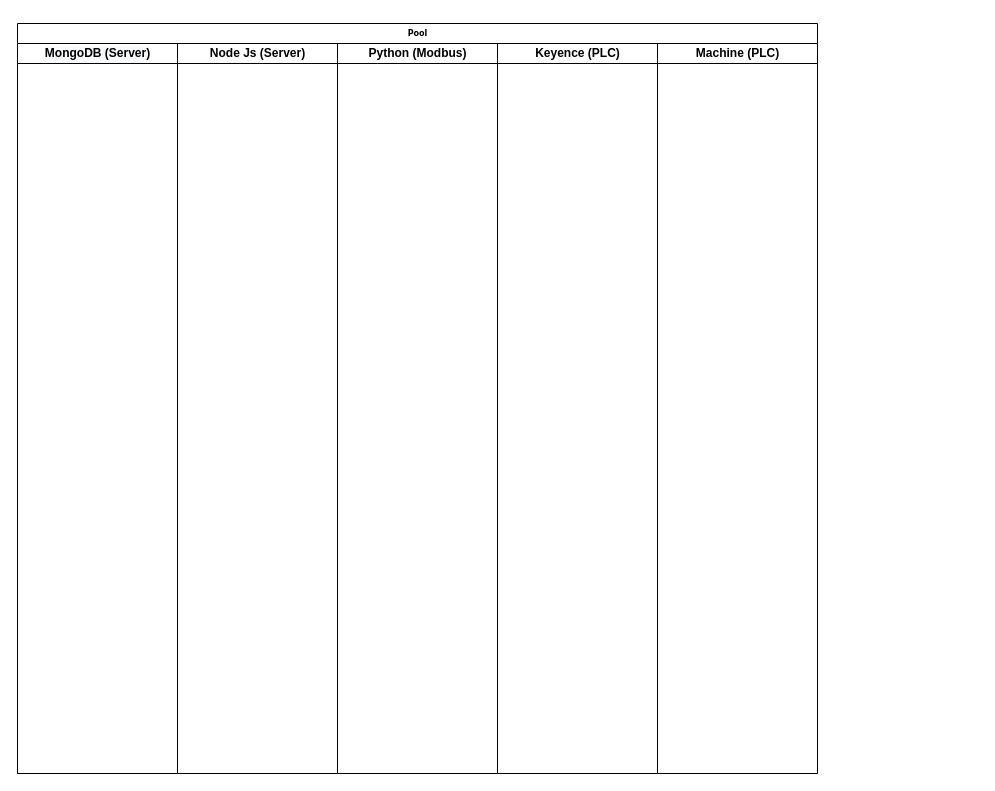
Above: Press Shop IOT.drawio in DavidHidayat/Flowchart (draw.io), before the change. Source tidied: cells renumbered, new cells numbered last; positions are measured from the earlier drawing's top-left corner, leaving out a move shared by most shapes. Both pictures are drawn from the tidied source at 100%, with x=0, y=0 at pixel (17, 23).
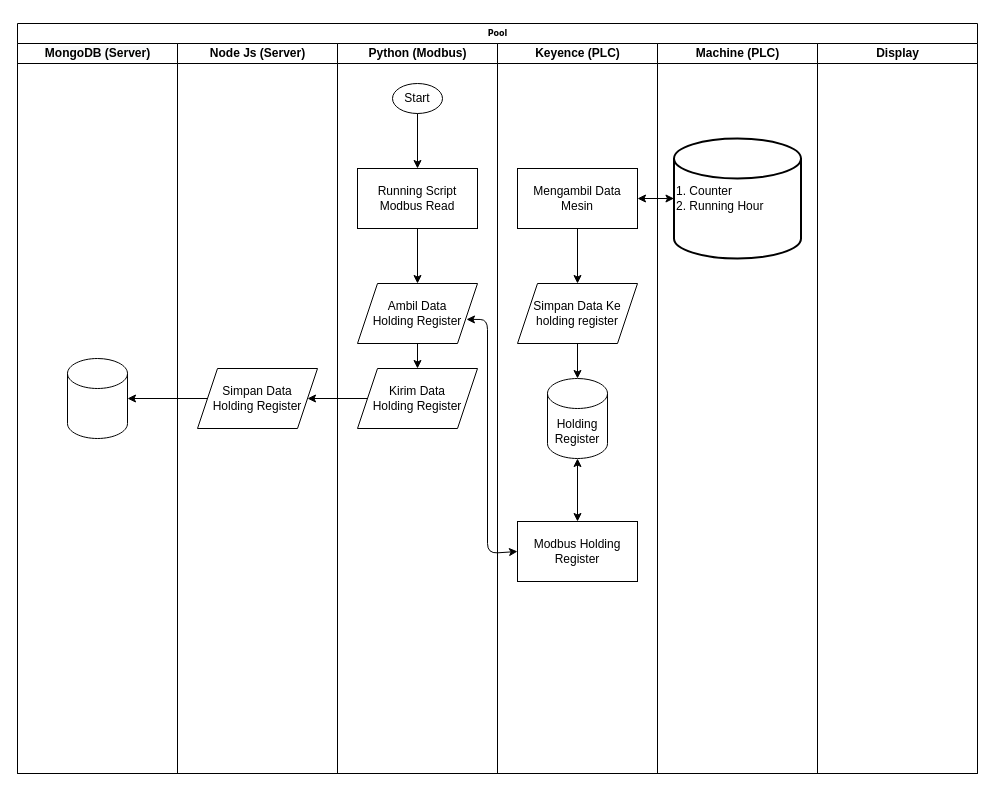
The same diagram, later.

The change refers to these unchanged cells:
```xml
<mxCell id="3" value="&#10;&#10;&lt;span style=&quot;color: rgb(0, 0, 0); font-family: helvetica; font-size: 12px; font-style: normal; font-weight: 700; letter-spacing: normal; text-align: center; text-indent: 0px; text-transform: none; word-spacing: 0px; background-color: rgb(248, 249, 250); display: inline; float: none;&quot;&gt;MongoDB (Server)&lt;/span&gt;&#10;&#10;" style="swimlane;html=1;startSize=20;" parent="2" vertex="1">
  <mxGeometry y="20" width="160" height="730" as="geometry" />
</mxCell>
<mxCell id="4" value="Node Js (Server)" style="swimlane;html=1;startSize=20;" parent="2" vertex="1">
  <mxGeometry x="160" y="20" width="160" height="730" as="geometry" />
</mxCell>
<mxCell id="5" value="Python (Modbus)" style="swimlane;html=1;startSize=20;" parent="2" vertex="1">
  <mxGeometry x="320" y="20" width="160" height="730" as="geometry" />
</mxCell>
<mxCell id="7" value="Machine (PLC)" style="swimlane;html=1;startSize=20;" parent="2" vertex="1">
  <mxGeometry x="640" y="20" width="160" height="730" as="geometry" />
</mxCell>
```

Diff of the diagram source:
```diff
@@
     <mxCell id="2" value="Pool" style="swimlane;html=1;startSize=20;rounded=0;shadow=0;labelBackgroundColor=none;strokeWidth=1;fontFamily=Verdana;fontSize=8;align=center;" parent="1" vertex="1">
-      <mxGeometry width="800" height="750" as="geometry" />
+      <mxGeometry width="960" height="750" as="geometry" />
     </mxCell>
@@
+    <mxCell id="8" style="shape=cylinder3;whiteSpace=wrap;html=1;boundedLbl=1;backgroundOutline=1;size=15;fillColor=#ffffff;align=center;" parent="3" vertex="1">
+      <mxGeometry x="50" y="315" width="60" height="80" as="geometry" />
+    </mxCell>
@@
+    <mxCell id="9" value="Simpan Data &lt;br&gt;Holding Register" style="shape=parallelogram;perimeter=parallelogramPerimeter;whiteSpace=wrap;html=1;fixedSize=1;fillColor=#ffffff;align=center;" parent="4" vertex="1">
+      <mxGeometry x="20" y="325" width="120" height="60" as="geometry" />
+    </mxCell>
@@
+    <mxCell id="10" value="Kirim Data &lt;br&gt;Holding Register" style="shape=parallelogram;perimeter=parallelogramPerimeter;whiteSpace=wrap;html=1;fixedSize=1;fillColor=#ffffff;align=center;" parent="5" vertex="1">
+      <mxGeometry x="20" y="325" width="120" height="60" as="geometry" />
+    </mxCell>
+    <mxCell id="11" value="Start" style="ellipse;whiteSpace=wrap;html=1;" parent="5" vertex="1">
+      <mxGeometry x="55" y="40" width="50" height="30" as="geometry" />
+    </mxCell>
-    <mxCell id="6" value="Keyence (PLC)" style="swimlane;html=1;startSize=20;" parent="2" vertex="1">
+    <mxCell id="6" value="Keyence (PLC)" style="swimlane;html=1;startSize=20;verticalAlign=middle;" parent="2" vertex="1">
       <mxGeometry x="480" y="20" width="160" height="730" as="geometry" />
     </mxCell>
+    <mxCell id="12" style="edgeStyle=orthogonalEdgeStyle;rounded=0;jettySize=auto;html=1;exitX=0.5;exitY=1;exitDx=0;exitDy=0;" parent="6" edge="1" source="13" target="14">
+      <mxGeometry relative="1" as="geometry" />
+    </mxCell>
+    <mxCell id="13" value="Simpan Data Ke holding register" style="shape=parallelogram;perimeter=parallelogramPerimeter;whiteSpace=wrap;html=1;fixedSize=1;fillColor=#ffffff;align=center;" parent="6" vertex="1">
+      <mxGeometry x="20" y="240" width="120" height="60" as="geometry" />
+    </mxCell>
+    <mxCell id="14" value="Holding Register" style="shape=cylinder3;whiteSpace=wrap;html=1;boundedLbl=1;backgroundOutline=1;size=15;fillColor=#ffffff;align=center;" parent="6" vertex="1">
+      <mxGeometry x="50" y="335" width="60" height="80" as="geometry" />
+    </mxCell>
+    <mxCell id="15" value="Modbus Holding Register" style="whiteSpace=wrap;html=1;" parent="6" vertex="1">
+      <mxGeometry x="20" y="478" width="120" height="60" as="geometry" />
+    </mxCell>
+    <mxCell id="16" style="endArrow=classic;startArrow=classic;html=1;exitX=0.5;exitY=0;exitDx=0;exitDy=0;entryX=0.5;entryY=1;entryDx=0;entryDy=0;entryPerimeter=0;" parent="6" edge="1" source="15" target="14">
+      <mxGeometry relative="1" as="geometry" />
+    </mxCell>
@@
+    <mxCell id="17" value="1. Counter&lt;br&gt;2. Running Hour" style="strokeWidth=2;html=1;shape=mxgraph.flowchart.database;whiteSpace=wrap;fillColor=#ffffff;align=left;" parent="7" vertex="1">
+      <mxGeometry x="16.5" y="95" width="127" height="120" as="geometry" />
+    </mxCell>
+    <mxCell id="18" value="Display" style="swimlane;html=1;startSize=20;" parent="2" vertex="1">
+      <mxGeometry x="800" y="20" width="160" height="730" as="geometry" />
+    </mxCell>
+    <mxCell id="19" style="edgeStyle=orthogonalEdgeStyle;rounded=0;jettySize=auto;html=1;exitX=0;exitY=0.5;exitDx=0;exitDy=0;" parent="2" edge="1" source="10" target="9">
+      <mxGeometry relative="1" as="geometry" />
+    </mxCell>
+    <mxCell id="20" style="edgeStyle=orthogonalEdgeStyle;rounded=0;jettySize=auto;html=1;exitX=0;exitY=0.5;exitDx=0;exitDy=0;" parent="2" edge="1" source="9" target="8">
+      <mxGeometry relative="1" as="geometry" />
+    </mxCell>
+    <mxCell id="21" style="edgeStyle=orthogonalEdgeStyle;rounded=0;jettySize=auto;html=1;entryX=0.5;entryY=0;entryDx=0;entryDy=0;" parent="1" edge="1" source="11" target="26">
+      <mxGeometry relative="1" as="geometry" />
+    </mxCell>
+    <mxCell id="22" style="edgeStyle=orthogonalEdgeStyle;rounded=0;jettySize=auto;html=1;exitX=0.5;exitY=1;exitDx=0;exitDy=0;" parent="1" edge="1" source="23" target="13">
+      <mxGeometry relative="1" as="geometry" />
+    </mxCell>
+    <mxCell id="23" value="Mengambil Data Mesin" style="whiteSpace=wrap;html=1;" parent="1" vertex="1">
+      <mxGeometry x="500" y="145" width="120" height="60" as="geometry" />
+    </mxCell>
+    <mxCell id="24" style="endArrow=classic;startArrow=classic;html=1;entryX=0;entryY=0.5;entryDx=0;entryDy=0;entryPerimeter=0;exitX=1;exitY=0.5;exitDx=0;exitDy=0;" parent="1" edge="1" source="23" target="17">
+      <mxGeometry relative="1" as="geometry" />
+    </mxCell>
+    <mxCell id="25" style="edgeStyle=orthogonalEdgeStyle;rounded=0;jettySize=auto;html=1;exitX=0.5;exitY=1;exitDx=0;exitDy=0;entryX=0.5;entryY=0;entryDx=0;entryDy=0;" parent="1" edge="1" source="26" target="28">
+      <mxGeometry relative="1" as="geometry" />
+    </mxCell>
+    <mxCell id="26" value="Running Script Modbus Read" style="rounded=0;whiteSpace=wrap;html=1;fillColor=#ffffff;align=center;" parent="1" vertex="1">
+      <mxGeometry x="340" y="145" width="120" height="60" as="geometry" />
+    </mxCell>
+    <mxCell id="27" style="edgeStyle=orthogonalEdgeStyle;rounded=0;jettySize=auto;html=1;exitX=0.5;exitY=1;exitDx=0;exitDy=0;" parent="1" edge="1" source="28" target="10">
+      <mxGeometry relative="1" as="geometry" />
+    </mxCell>
+    <mxCell id="28" value="Ambil Data &lt;br&gt;Holding Register" style="shape=parallelogram;perimeter=parallelogramPerimeter;whiteSpace=wrap;html=1;fixedSize=1;fillColor=#ffffff;align=center;" parent="1" vertex="1">
+      <mxGeometry x="340" y="260" width="120" height="60" as="geometry" />
+    </mxCell>
+    <mxCell id="29" style="endArrow=classic;startArrow=classic;html=1;exitX=0.908;exitY=0.598;exitDx=0;exitDy=0;exitPerimeter=0;entryX=0;entryY=0.5;entryDx=0;entryDy=0;" parent="1" edge="1" source="28" target="15">
+      <mxGeometry relative="1" as="geometry">
+        <Array as="points">
+          <mxPoint x="470" y="296" />
+          <mxPoint x="470" y="530" />
+        </Array>
+      </mxGeometry>
+    </mxCell>
```
